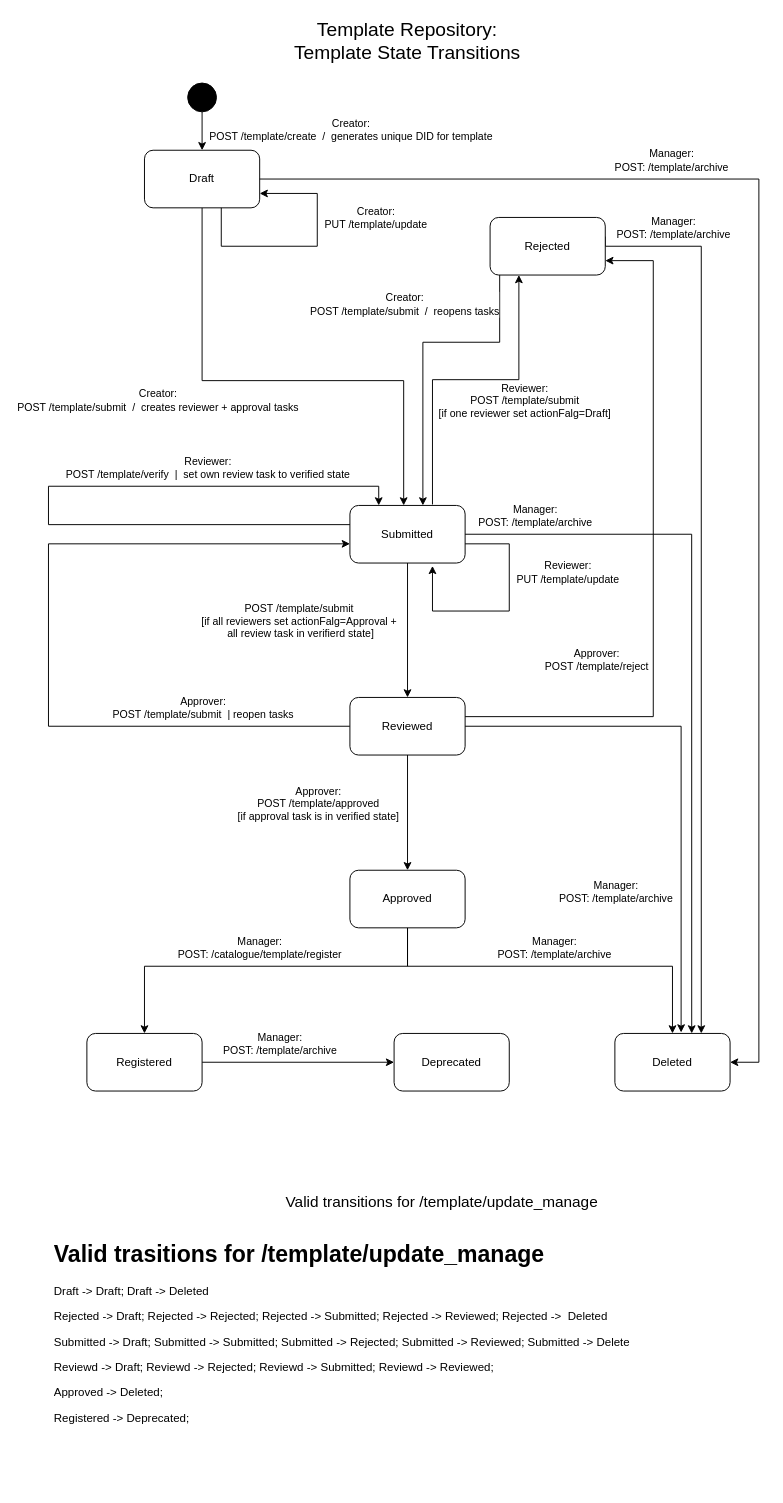
Before: DCS/docs/template_repository_state_transitions.drawio in arnemileswinter/facis, a draw.io diagram. Source tidied: cells renumbered, new cells numbered last; positions are measured from the earlier drawing's top-left corner, leaving out a move shared by most shapes. Both pictures are drawn from the tidied source at 96%, with x=0, y=0 at pixel (48, 25).
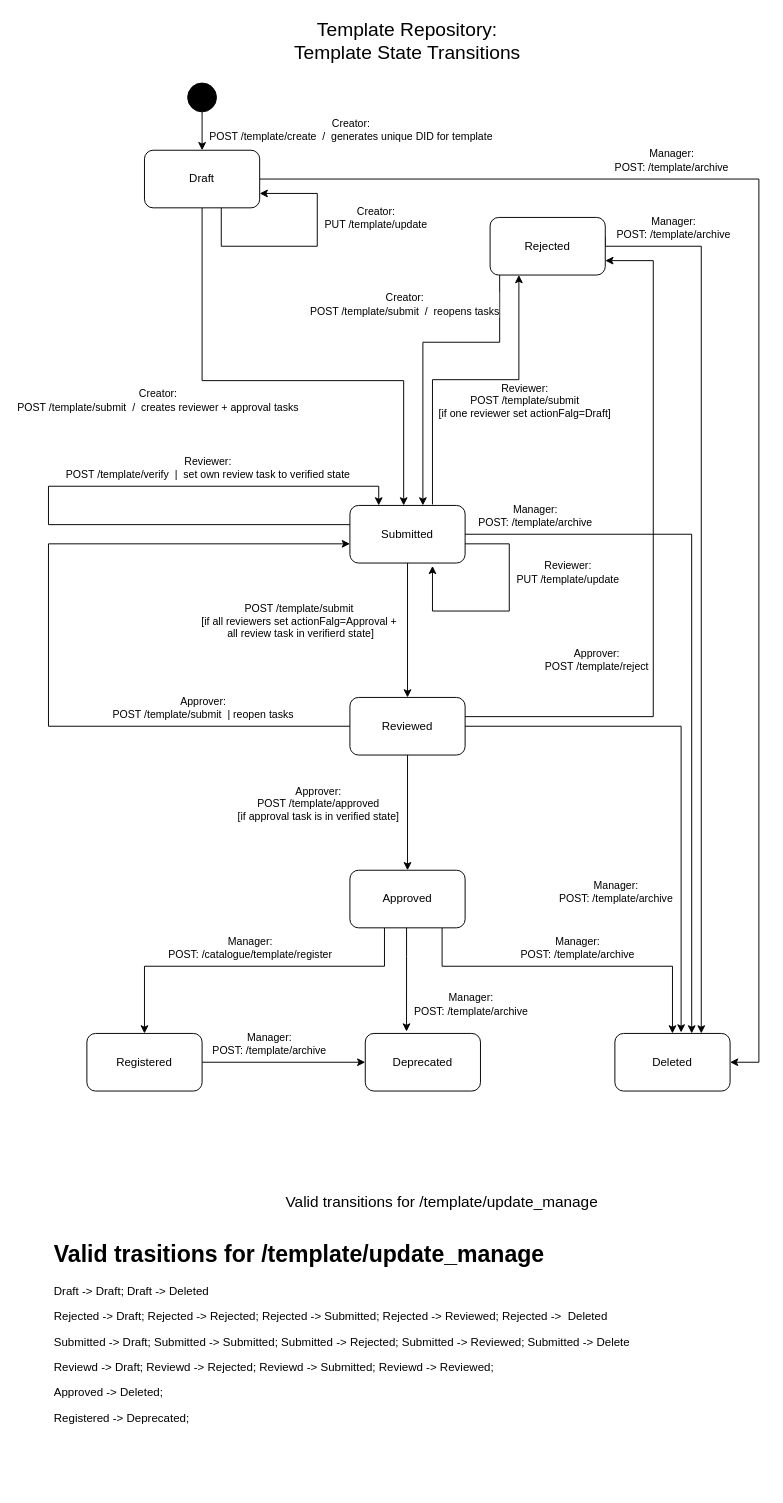
After the change.

Commit message (it also covers changes not shown here):
DCS Backend: - Update state diagram - Update process flow

Unchanged cells that the change refers to:
```xml
<mxCell id="23" value="Approved" style="rounded=1;whiteSpace=wrap;html=1;" parent="1" vertex="1">
  <mxGeometry x="314" y="880" width="120" height="60" as="geometry" />
</mxCell>
<mxCell id="26" value="Registered" style="rounded=1;whiteSpace=wrap;html=1;gradientColor=none;strokeColor=default;glass=0;" parent="1" vertex="1">
  <mxGeometry x="40" y="1050" width="120" height="60" as="geometry" />
</mxCell>
<mxCell id="27" value="Deleted" style="rounded=1;whiteSpace=wrap;html=1;" parent="1" vertex="1">
  <mxGeometry x="590" y="1050" width="120" height="60" as="geometry" />
</mxCell>
```

Change to the diagram source:
```diff
@@
     <mxCell id="19" style="edgeStyle=orthogonalEdgeStyle;rounded=0;jettySize=auto;html=1;entryX=0.5;entryY=0;entryDx=0;entryDy=0;" parent="1" edge="1" source="23" target="26">
       <mxGeometry relative="1" as="geometry">
         <Array as="points">
-          <mxPoint x="374" y="980" />
+          <mxPoint x="350" y="980" />
           <mxPoint x="100" y="980" />
         </Array>
       </mxGeometry>
     </mxCell>
@@
     <mxCell id="21" style="edgeStyle=orthogonalEdgeStyle;rounded=0;jettySize=auto;html=1;entryX=0.5;entryY=0;entryDx=0;entryDy=0;" parent="1" edge="1" source="23" target="27">
       <mxGeometry relative="1" as="geometry">
         <Array as="points">
-          <mxPoint x="374" y="980" />
+          <mxPoint x="410" y="980" />
           <mxPoint x="650" y="980" />
         </Array>
       </mxGeometry>
     </mxCell>
@@
     <mxCell id="45" value="Deprecated" style="rounded=1;whiteSpace=wrap;html=1;" parent="1" vertex="1">
-      <mxGeometry x="360" y="1050" width="120" height="60" as="geometry" />
+      <mxGeometry x="330" y="1050" width="120" height="60" as="geometry" />
     </mxCell>
@@
+    <mxCell id="52" style="edgeStyle=orthogonalEdgeStyle;rounded=0;jettySize=auto;html=1;entryX=0.358;entryY=-0.033;entryDx=0;entryDy=0;entryPerimeter=0;" parent="1" edge="1" source="23" target="45">
+      <mxGeometry relative="1" as="geometry">
+        <Array as="points">
+          <mxPoint x="373" y="970" />
+          <mxPoint x="373" y="970" />
+        </Array>
+      </mxGeometry>
+    </mxCell>
+    <mxCell id="53" value="Manager:&lt;div&gt;POST: /template/archive&lt;/div&gt;" style="edgeLabel;html=1;align=center;verticalAlign=middle;" parent="52" vertex="1">
+      <mxGeometry x="0.28" relative="1" as="geometry">
+        <mxPoint x="67" y="11" as="offset" />
+      </mxGeometry>
+    </mxCell>
```
